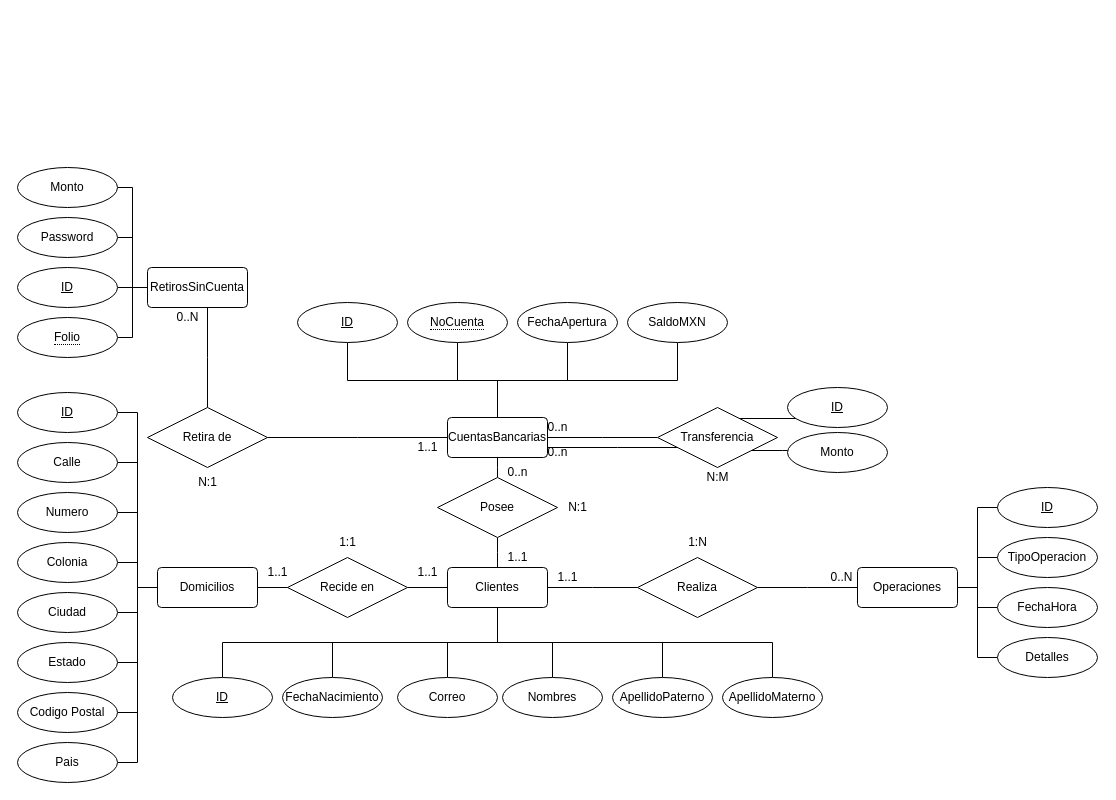
This is modelado/ModeloER.drawio from SilverFlin/banco-ADB, a draw.io file, before an edit. Source tidied: cells renumbered, new cells numbered last; positions are measured from the earlier drawing's top-left corner, leaving out a move shared by most shapes. Both pictures are drawn from the tidied source at 100%, with x=0, y=0 at pixel (17, 167).
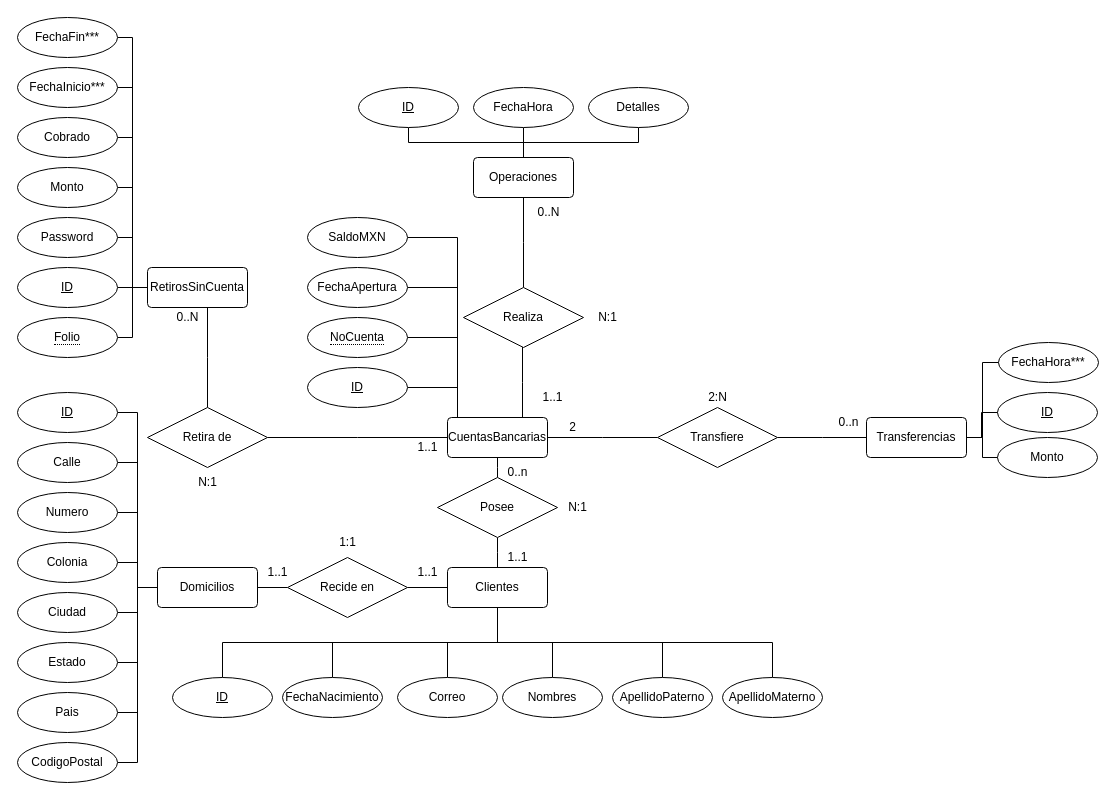
The same page after the edit.

The change refers to these unchanged cells:
```xml
<mxCell id="8" value="Clientes" style="rounded=1;arcSize=10;whiteSpace=wrap;html=1;align=center;" parent="1" vertex="1">
  <mxGeometry x="430" y="400" width="100" height="40" as="geometry" />
</mxCell>
<mxCell id="14" value="CuentasBancarias" style="rounded=1;arcSize=10;whiteSpace=wrap;html=1;align=center;" parent="1" vertex="1">
  <mxGeometry x="430" y="250" width="100" height="40" as="geometry" />
</mxCell>
<mxCell id="22" value="RetirosSinCuenta" style="rounded=1;arcSize=10;whiteSpace=wrap;html=1;align=center;" parent="1" vertex="1">
  <mxGeometry x="130" y="100" width="100" height="40" as="geometry" />
</mxCell>
```

The edit, as a diff of the source:
```diff
@@
-    <mxCell id="7" style="edgeStyle=elbowEdgeStyle;rounded=0;jettySize=auto;html=1;entryX=0;entryY=0.5;entryDx=0;entryDy=0;endArrow=none;endFill=0;startArrow=none;" parent="1" edge="1" source="86" target="19">
-      <mxGeometry relative="1" as="geometry" />
-    </mxCell>
@@
+    <mxCell id="13" style="edgeStyle=elbowEdgeStyle;rounded=0;jettySize=auto;elbow=vertical;html=1;entryX=0;entryY=0.5;entryDx=0;entryDy=0;endArrow=none;endFill=0;" parent="1" edge="1" source="14" target="77">
+      <mxGeometry relative="1" as="geometry" />
+    </mxCell>
-    <mxCell id="9" style="edgeStyle=elbowEdgeStyle;rounded=0;jettySize=auto;elbow=vertical;html=1;entryX=0.5;entryY=1;entryDx=0;entryDy=0;endArrow=none;endFill=0;" parent="1" edge="1" source="14" target="24">
-      <mxGeometry relative="1" as="geometry" />
+    <mxCell id="9" style="edgeStyle=elbowEdgeStyle;rounded=0;jettySize=auto;html=1;entryX=1;entryY=0.5;entryDx=0;entryDy=0;endArrow=none;endFill=0;" parent="1" edge="1" source="14" target="24">
+      <mxGeometry relative="1" as="geometry">
+        <Array as="points">
+          <mxPoint x="440" y="240" />
+        </Array>
+      </mxGeometry>
     </mxCell>
-    <mxCell id="10" style="edgeStyle=elbowEdgeStyle;rounded=0;jettySize=auto;elbow=vertical;html=1;entryX=0.5;entryY=1;entryDx=0;entryDy=0;endArrow=none;endFill=0;" parent="1" edge="1" source="14" target="60">
-      <mxGeometry relative="1" as="geometry" />
-    </mxCell>
-    <mxCell id="11" style="edgeStyle=elbowEdgeStyle;rounded=0;jettySize=auto;elbow=vertical;html=1;entryX=0.5;entryY=1;entryDx=0;entryDy=0;endArrow=none;endFill=0;" parent="1" edge="1" source="14" target="30">
-      <mxGeometry relative="1" as="geometry" />
-    </mxCell>
-    <mxCell id="12" style="edgeStyle=elbowEdgeStyle;rounded=0;jettySize=auto;elbow=vertical;html=1;entryX=0.5;entryY=1;entryDx=0;entryDy=0;endArrow=none;endFill=0;" parent="1" edge="1" source="14" target="31">
-      <mxGeometry relative="1" as="geometry" />
-    </mxCell>
-    <mxCell id="13" style="edgeStyle=elbowEdgeStyle;rounded=0;jettySize=auto;elbow=vertical;html=1;entryX=0;entryY=0.5;entryDx=0;entryDy=0;endArrow=none;endFill=0;" parent="1" edge="1" source="14" target="77">
-      <mxGeometry relative="1" as="geometry" />
-    </mxCell>
@@
+    <mxCell id="93" style="edgeStyle=elbowEdgeStyle;rounded=0;jettySize=auto;html=1;endArrow=none;endFill=0;" parent="1" edge="1" source="19" target="86">
+      <mxGeometry relative="1" as="geometry" />
+    </mxCell>
-    <mxCell id="15" style="edgeStyle=elbowEdgeStyle;rounded=0;jettySize=auto;html=1;entryX=0;entryY=0.5;entryDx=0;entryDy=0;endArrow=none;endFill=0;" parent="1" edge="1" source="19" target="25">
+    <mxCell id="15" style="edgeStyle=elbowEdgeStyle;rounded=0;jettySize=auto;html=1;entryX=0.5;entryY=1;entryDx=0;entryDy=0;endArrow=none;endFill=0;elbow=vertical;" parent="1" edge="1" source="19" target="25">
       <mxGeometry relative="1" as="geometry" />
     </mxCell>
-    <mxCell id="16" style="edgeStyle=elbowEdgeStyle;rounded=0;jettySize=auto;html=1;entryX=0;entryY=0.5;entryDx=0;entryDy=0;endArrow=none;endFill=0;" parent="1" edge="1" source="19" target="58">
-      <mxGeometry relative="1" as="geometry" />
-    </mxCell>
-    <mxCell id="17" style="edgeStyle=elbowEdgeStyle;rounded=0;jettySize=auto;html=1;entryX=0;entryY=0.5;entryDx=0;entryDy=0;endArrow=none;endFill=0;" parent="1" edge="1" source="19" target="59">
+    <mxCell id="17" style="edgeStyle=elbowEdgeStyle;rounded=0;jettySize=auto;elbow=vertical;html=1;entryX=0.5;entryY=1;entryDx=0;entryDy=0;endArrow=none;endFill=0;" parent="1" edge="1" source="19" target="59">
       <mxGeometry relative="1" as="geometry" />
     </mxCell>
-    <mxCell id="18" style="edgeStyle=elbowEdgeStyle;rounded=0;jettySize=auto;html=1;entryX=0;entryY=0.5;entryDx=0;entryDy=0;endArrow=none;endFill=0;" parent="1" edge="1" source="19" target="65">
+    <mxCell id="18" style="edgeStyle=elbowEdgeStyle;rounded=0;jettySize=auto;elbow=vertical;html=1;entryX=0.5;entryY=1;entryDx=0;entryDy=0;endArrow=none;endFill=0;" parent="1" edge="1" source="19" target="65">
       <mxGeometry relative="1" as="geometry" />
     </mxCell>
     <mxCell id="19" value="Operaciones" style="rounded=1;arcSize=10;whiteSpace=wrap;html=1;align=center;" parent="1" vertex="1">
-      <mxGeometry x="840" y="400" width="100" height="40" as="geometry" />
+      <mxGeometry x="456" y="-10" width="100" height="40" as="geometry" />
     </mxCell>
@@
+    <mxCell id="94" style="edgeStyle=elbowEdgeStyle;rounded=0;jettySize=auto;html=1;entryX=1;entryY=0.5;entryDx=0;entryDy=0;endArrow=none;endFill=0;" parent="1" edge="1" source="22" target="102">
+      <mxGeometry relative="1" as="geometry" />
+    </mxCell>
+    <mxCell id="95" style="edgeStyle=elbowEdgeStyle;rounded=0;jettySize=auto;html=1;entryX=1;entryY=0.5;entryDx=0;entryDy=0;endArrow=none;endFill=0;" parent="1" edge="1" source="22" target="103">
+      <mxGeometry relative="1" as="geometry" />
+    </mxCell>
+    <mxCell id="96" style="edgeStyle=elbowEdgeStyle;rounded=0;jettySize=auto;html=1;entryX=1;entryY=0.5;entryDx=0;entryDy=0;endArrow=none;endFill=0;" parent="1" edge="1" source="22" target="104">
+      <mxGeometry relative="1" as="geometry" />
+    </mxCell>
@@
     <mxCell id="24" value="ID" style="ellipse;whiteSpace=wrap;html=1;align=center;fontStyle=4;" parent="1" vertex="1">
-      <mxGeometry x="280" y="135" width="100" height="40" as="geometry" />
+      <mxGeometry x="290" y="200" width="100" height="40" as="geometry" />
     </mxCell>
     <mxCell id="25" value="ID" style="ellipse;whiteSpace=wrap;html=1;align=center;fontStyle=4;" parent="1" vertex="1">
-      <mxGeometry x="980" y="320" width="100" height="40" as="geometry" />
+      <mxGeometry x="341" y="-80" width="100" height="40" as="geometry" />
     </mxCell>
-    <mxCell id="26" style="edgeStyle=elbowEdgeStyle;rounded=0;jettySize=auto;elbow=vertical;html=1;entryX=0.688;entryY=0.179;entryDx=0;entryDy=0;entryPerimeter=0;endArrow=none;endFill=0;" parent="1" edge="1" source="27" target="77">
-      <mxGeometry relative="1" as="geometry" />
-    </mxCell>
-    <mxCell id="27" value="ID" style="ellipse;whiteSpace=wrap;html=1;align=center;fontStyle=4;" parent="1" vertex="1">
-      <mxGeometry x="770" y="220" width="100" height="40" as="geometry" />
-    </mxCell>
@@
+    <mxCell id="97" style="edgeStyle=elbowEdgeStyle;rounded=0;jettySize=auto;html=1;entryX=0.25;entryY=0;entryDx=0;entryDy=0;endArrow=none;endFill=0;" parent="1" edge="1" source="30" target="14">
+      <mxGeometry relative="1" as="geometry">
+        <Array as="points">
+          <mxPoint x="440" y="160" />
+        </Array>
+      </mxGeometry>
+    </mxCell>
     <mxCell id="30" value="FechaApertura" style="ellipse;whiteSpace=wrap;html=1;align=center;" parent="1" vertex="1">
-      <mxGeometry x="500" y="135" width="100" height="40" as="geometry" />
+      <mxGeometry x="290" y="100" width="100" height="40" as="geometry" />
     </mxCell>
+    <mxCell id="98" style="edgeStyle=elbowEdgeStyle;rounded=0;jettySize=auto;html=1;entryX=0.25;entryY=0;entryDx=0;entryDy=0;endArrow=none;endFill=0;" parent="1" edge="1" source="31" target="14">
+      <mxGeometry relative="1" as="geometry">
+        <Array as="points">
+          <mxPoint x="440" y="120" />
+        </Array>
+      </mxGeometry>
+    </mxCell>
     <mxCell id="31" value="SaldoMXN" style="ellipse;whiteSpace=wrap;html=1;align=center;" parent="1" vertex="1">
-      <mxGeometry x="610" y="135" width="100" height="40" as="geometry" />
+      <mxGeometry x="290" y="50" width="100" height="40" as="geometry" />
     </mxCell>
@@
-    <mxCell id="53" value="Codigo Postal" style="ellipse;whiteSpace=wrap;html=1;align=center;" parent="1" vertex="1">
+    <mxCell id="53" value="Pais" style="ellipse;whiteSpace=wrap;html=1;align=center;" parent="1" vertex="1">
       <mxGeometry y="525" width="100" height="40" as="geometry" />
     </mxCell>
@@
-    <mxCell id="55" value="Pais" style="ellipse;whiteSpace=wrap;html=1;align=center;" parent="1" vertex="1">
+    <mxCell id="55" value="CodigoPostal" style="ellipse;whiteSpace=wrap;html=1;align=center;" parent="1" vertex="1">
       <mxGeometry y="575" width="100" height="40" as="geometry" />
     </mxCell>
-    <mxCell id="56" style="edgeStyle=elbowEdgeStyle;rounded=0;jettySize=auto;elbow=vertical;html=1;endArrow=none;endFill=0;" parent="1" edge="1" source="57" target="77">
-      <mxGeometry relative="1" as="geometry" />
-    </mxCell>
-    <mxCell id="57" value="Monto" style="ellipse;whiteSpace=wrap;html=1;align=center;" parent="1" vertex="1">
-      <mxGeometry x="770" y="265" width="100" height="40" as="geometry" />
-    </mxCell>
-    <mxCell id="58" value="TipoOperacion" style="ellipse;whiteSpace=wrap;html=1;align=center;" parent="1" vertex="1">
-      <mxGeometry x="980" y="370" width="100" height="40" as="geometry" />
-    </mxCell>
     <mxCell id="59" value="FechaHora" style="ellipse;whiteSpace=wrap;html=1;align=center;" parent="1" vertex="1">
-      <mxGeometry x="980" y="420" width="100" height="40" as="geometry" />
+      <mxGeometry x="456" y="-80" width="100" height="40" as="geometry" />
     </mxCell>
+    <mxCell id="99" style="edgeStyle=elbowEdgeStyle;rounded=0;jettySize=auto;html=1;entryX=0.25;entryY=0;entryDx=0;entryDy=0;endArrow=none;endFill=0;" parent="1" edge="1" source="60" target="14">
+      <mxGeometry relative="1" as="geometry">
+        <Array as="points">
+          <mxPoint x="440" y="200" />
+        </Array>
+      </mxGeometry>
+    </mxCell>
     <mxCell id="60" value="&lt;span style=&quot;border-bottom: 1px dotted&quot;&gt;NoCuenta&lt;/span&gt;" style="ellipse;whiteSpace=wrap;html=1;align=center;" parent="1" vertex="1">
-      <mxGeometry x="390" y="135" width="100" height="40" as="geometry" />
+      <mxGeometry x="290" y="150" width="100" height="40" as="geometry" />
     </mxCell>
@@
     <mxCell id="65" value="Detalles" style="ellipse;whiteSpace=wrap;html=1;align=center;" parent="1" vertex="1">
-      <mxGeometry x="980" y="470" width="100" height="40" as="geometry" />
+      <mxGeometry x="571" y="-80" width="100" height="40" as="geometry" />
     </mxCell>
@@
-    <mxCell id="76" style="edgeStyle=elbowEdgeStyle;rounded=0;jettySize=auto;elbow=vertical;html=1;endArrow=none;endFill=0;" parent="1" edge="1" source="77">
-      <mxGeometry relative="1" as="geometry">
-        <mxPoint x="530" y="280" as="targetPoint" />
-        <Array as="points">
-          <mxPoint x="600" y="280" />
-        </Array>
-      </mxGeometry>
-    </mxCell>
+    <mxCell id="100" style="edgeStyle=elbowEdgeStyle;rounded=0;jettySize=auto;html=1;entryX=0;entryY=0.5;entryDx=0;entryDy=0;endArrow=none;endFill=0;" parent="1" edge="1" source="77" target="109">
+      <mxGeometry relative="1" as="geometry" />
+    </mxCell>
-    <mxCell id="77" value="Transferencia" style="shape=rhombus;perimeter=rhombusPerimeter;whiteSpace=wrap;html=1;align=center;endArrow=none;endFill=0;" parent="1" vertex="1">
+    <mxCell id="77" value="Transfiere" style="shape=rhombus;perimeter=rhombusPerimeter;whiteSpace=wrap;html=1;align=center;endArrow=none;endFill=0;" parent="1" vertex="1">
       <mxGeometry x="640" y="240" width="120" height="60" as="geometry" />
     </mxCell>
-    <mxCell id="78" value="0..n" style="text;html=1;align=center;verticalAlign=middle;strokeColor=none;fillColor=none;" parent="1" vertex="1">
-      <mxGeometry x="520" y="245" width="40" height="30" as="geometry" />
+    <mxCell id="78" value="2" style="text;html=1;align=center;verticalAlign=middle;strokeColor=none;fillColor=none;" parent="1" vertex="1">
+      <mxGeometry x="540" y="245" width="30" height="30" as="geometry" />
     </mxCell>
-    <mxCell id="79" value="0..n" style="text;html=1;align=center;verticalAlign=middle;strokeColor=none;fillColor=none;" parent="1" vertex="1">
-      <mxGeometry x="520" y="270" width="40" height="30" as="geometry" />
-    </mxCell>
-    <mxCell id="80" value="N:M" style="text;html=1;align=center;verticalAlign=middle;strokeColor=none;fillColor=none;" parent="1" vertex="1">
-      <mxGeometry x="675" y="295" width="50" height="30" as="geometry" />
-    </mxCell>
@@
+    <mxCell id="101" style="edgeStyle=elbowEdgeStyle;rounded=0;jettySize=auto;html=1;entryX=0.75;entryY=0;entryDx=0;entryDy=0;endArrow=none;endFill=0;" parent="1" edge="1" source="86" target="14">
+      <mxGeometry relative="1" as="geometry" />
+    </mxCell>
     <mxCell id="86" value="Realiza" style="shape=rhombus;perimeter=rhombusPerimeter;whiteSpace=wrap;html=1;align=center;endArrow=none;endFill=0;" parent="1" vertex="1">
-      <mxGeometry x="620" y="390" width="120" height="60" as="geometry" />
+      <mxGeometry x="446" y="120" width="120" height="60" as="geometry" />
     </mxCell>
-    <mxCell id="87" style="edgeStyle=elbowEdgeStyle;rounded=0;jettySize=auto;html=1;entryX=0;entryY=0.5;entryDx=0;entryDy=0;endArrow=none;endFill=0;" parent="1" edge="1" source="8" target="86">
-      <mxGeometry relative="1" as="geometry" />
-    </mxCell>
     <mxCell id="88" value="1..1" style="text;html=1;align=center;verticalAlign=middle;strokeColor=none;fillColor=none;" parent="1" vertex="1">
-      <mxGeometry x="530" y="395" width="40" height="30" as="geometry" />
+      <mxGeometry x="515" y="215" width="40" height="30" as="geometry" />
     </mxCell>
     <mxCell id="89" value="0..N" style="text;html=1;align=center;verticalAlign=middle;strokeColor=none;fillColor=none;" parent="1" vertex="1">
-      <mxGeometry x="799" y="395" width="50" height="30" as="geometry" />
+      <mxGeometry x="506" y="30" width="50" height="30" as="geometry" />
     </mxCell>
-    <mxCell id="90" value="1:N" style="text;html=1;align=center;verticalAlign=middle;strokeColor=none;fillColor=none;" parent="1" vertex="1">
-      <mxGeometry x="660" y="360" width="40" height="30" as="geometry" />
+    <mxCell id="90" value="N:1" style="text;html=1;align=center;verticalAlign=middle;strokeColor=none;fillColor=none;" parent="1" vertex="1">
+      <mxGeometry x="570" y="135" width="40" height="30" as="geometry" />
     </mxCell>
@@
+    <mxCell id="102" value="Cobrado" style="ellipse;whiteSpace=wrap;html=1;align=center;" parent="1" vertex="1">
+      <mxGeometry y="-50" width="100" height="40" as="geometry" />
+    </mxCell>
+    <mxCell id="103" value="FechaInicio***" style="ellipse;whiteSpace=wrap;html=1;align=center;" parent="1" vertex="1">
+      <mxGeometry y="-100" width="100" height="40" as="geometry" />
+    </mxCell>
+    <mxCell id="104" value="FechaFin***" style="ellipse;whiteSpace=wrap;html=1;align=center;" parent="1" vertex="1">
+      <mxGeometry y="-150" width="100" height="40" as="geometry" />
+    </mxCell>
+    <mxCell id="27" value="ID" style="ellipse;whiteSpace=wrap;html=1;align=center;fontStyle=4;" parent="1" vertex="1">
+      <mxGeometry x="980" y="225" width="100" height="40" as="geometry" />
+    </mxCell>
+    <mxCell id="57" value="Monto" style="ellipse;whiteSpace=wrap;html=1;align=center;" parent="1" vertex="1">
+      <mxGeometry x="980" y="270" width="100" height="40" as="geometry" />
+    </mxCell>
+    <mxCell id="105" value="FechaHora***" style="ellipse;whiteSpace=wrap;html=1;align=center;" parent="1" vertex="1">
+      <mxGeometry x="981" y="175" width="100" height="40" as="geometry" />
+    </mxCell>
+    <mxCell id="106" style="edgeStyle=elbowEdgeStyle;rounded=0;jettySize=auto;html=1;entryX=0;entryY=0.5;entryDx=0;entryDy=0;endArrow=none;endFill=0;" parent="1" edge="1" source="109" target="105">
+      <mxGeometry relative="1" as="geometry" />
+    </mxCell>
+    <mxCell id="107" style="edgeStyle=elbowEdgeStyle;rounded=0;jettySize=auto;html=1;entryX=0;entryY=0.5;entryDx=0;entryDy=0;endArrow=none;endFill=0;" parent="1" edge="1" source="109" target="27">
+      <mxGeometry relative="1" as="geometry">
+        <Array as="points">
+          <mxPoint x="964" y="270" />
+        </Array>
+      </mxGeometry>
+    </mxCell>
+    <mxCell id="108" style="edgeStyle=elbowEdgeStyle;rounded=0;jettySize=auto;html=1;entryX=0;entryY=0.5;entryDx=0;entryDy=0;endArrow=none;endFill=0;" parent="1" edge="1" source="109" target="57">
+      <mxGeometry relative="1" as="geometry" />
+    </mxCell>
+    <mxCell id="109" value="Transferencias" style="rounded=1;arcSize=10;whiteSpace=wrap;html=1;align=center;" parent="1" vertex="1">
+      <mxGeometry x="849" y="250" width="100" height="40" as="geometry" />
+    </mxCell>
+    <mxCell id="110" value="2:N" style="text;html=1;align=center;verticalAlign=middle;strokeColor=none;fillColor=none;" parent="1" vertex="1">
+      <mxGeometry x="680" y="215" width="40" height="30" as="geometry" />
+    </mxCell>
+    <mxCell id="79" value="0..n" style="text;html=1;align=center;verticalAlign=middle;strokeColor=none;fillColor=none;" parent="1" vertex="1">
+      <mxGeometry x="811" y="240" width="40" height="30" as="geometry" />
+    </mxCell>
```
